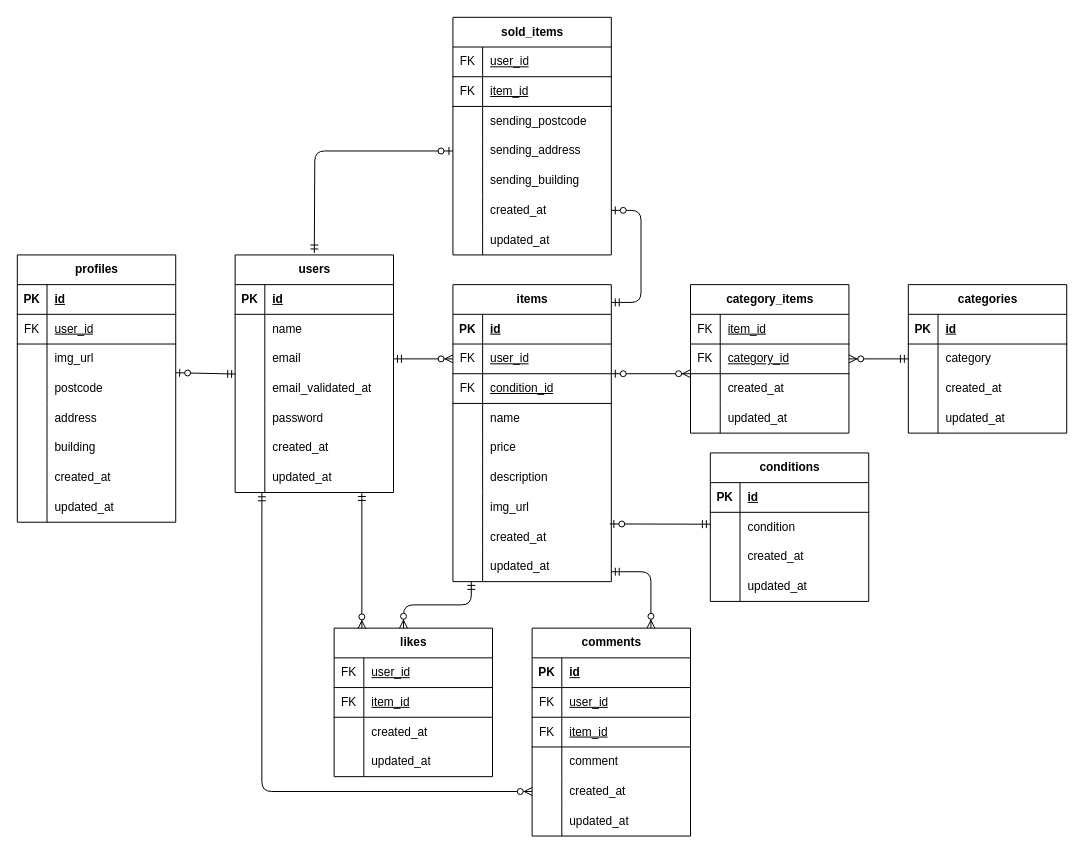
The draw.io diagram src/.drawio in bunta27/free-market-app, before the edit. Source tidied: cells renumbered, new cells numbered last; positions are measured from the earlier drawing's top-left corner, leaving out a move shared by most shapes. Both pictures are drawn from the tidied source at 99%, with x=0, y=0 at pixel (17, 17).
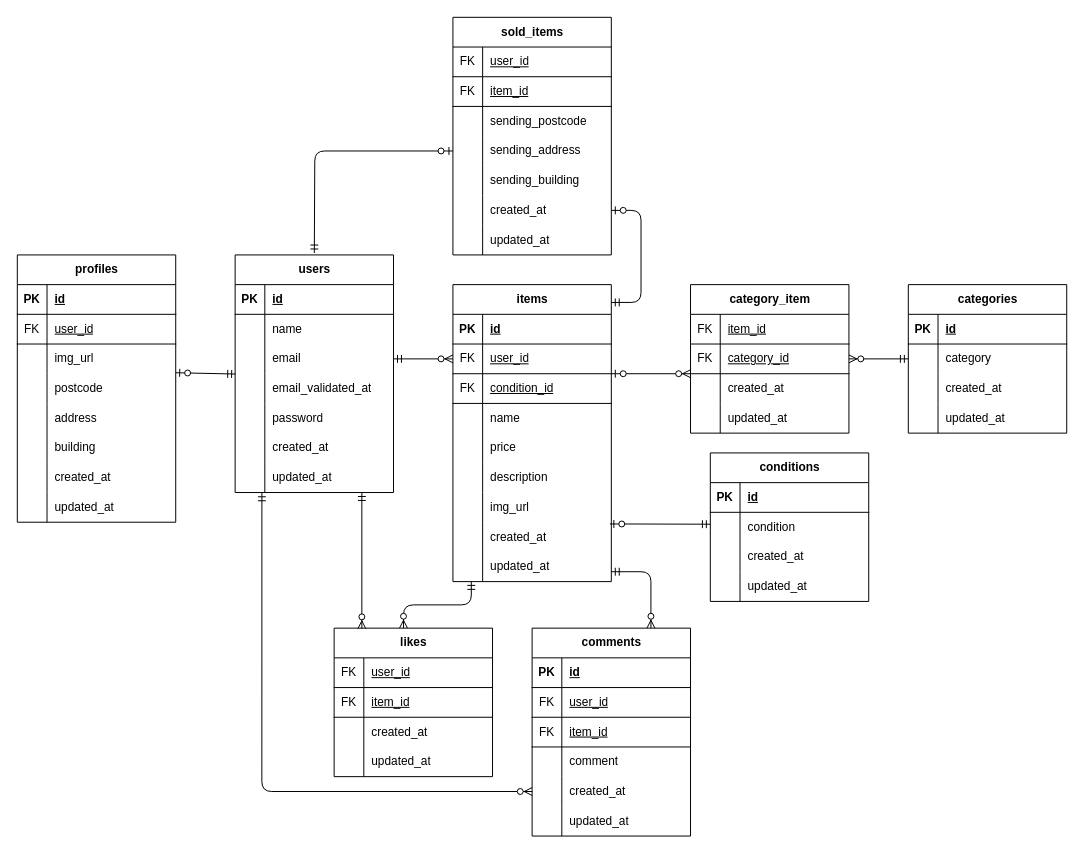
The same page after the edit.

Diff of the diagram source:
```diff
@@
-    <mxCell id="157" value="category_items" style="shape=table;startSize=30;childLayout=tableLayout;rowLines=0;fontStyle=1;align=center;html=1;" parent="1" vertex="1">
+    <mxCell id="157" value="category_item" style="shape=table;startSize=30;childLayout=tableLayout;rowLines=0;fontStyle=1;align=center;html=1;" parent="1" vertex="1">
       <mxGeometry x="680" y="270" width="160" height="150" as="geometry" />
     </mxCell>
```
